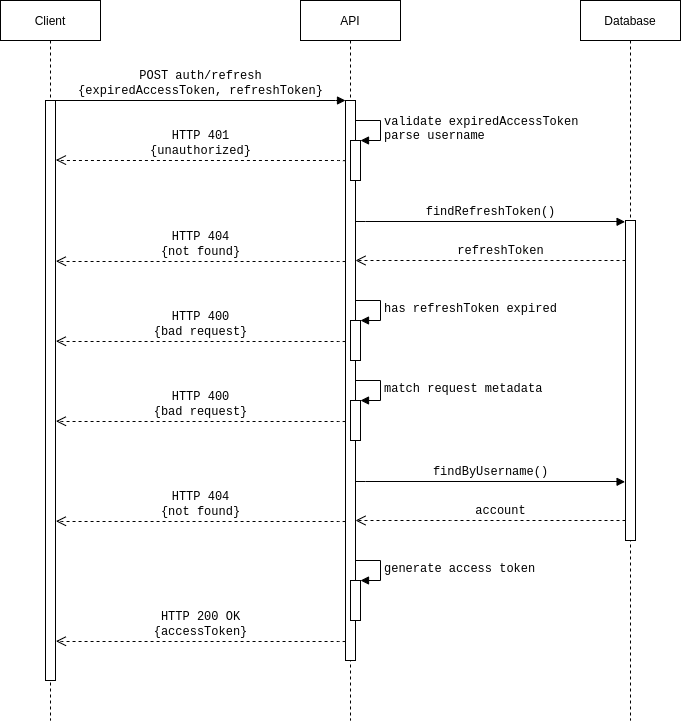
Earlier version of the draw.io export diagrams/auth/auth-refresh.png (the-pragmatic-dev/meco-api). Source tidied: cells renumbered, new cells last; positions are measured from the earlier drawing's top-left corner, leaving out a move shared by most shapes.
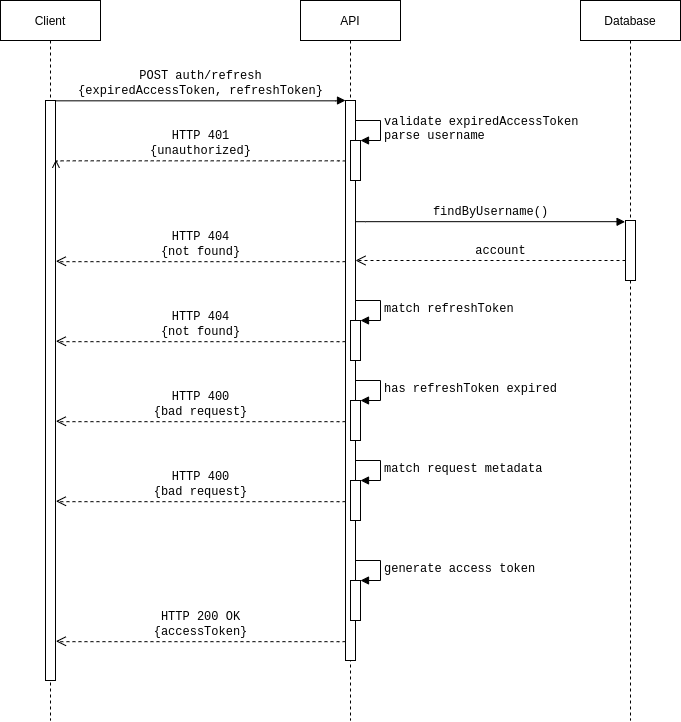
After the change.

Change to the diagram source:
```diff
@@ -12,16 +12,8 @@
       <mxGeometry x="580" width="100" height="720" as="geometry" />
     </mxCell>
     <mxCell id="5" style="html=1;perimeter=orthogonalPerimeter;rounded=0;shadow=0;comic=0;labelBackgroundColor=none;strokeWidth=1;fontFamily=Verdana;fontSize=12;align=center;" parent="4" vertex="1">
-      <mxGeometry x="45" y="220" width="10" height="320" as="geometry" />
+      <mxGeometry x="45" y="220" width="10" height="60" as="geometry" />
     </mxCell>
-    <mxCell id="6" value="&lt;font face=&quot;Courier New&quot;&gt;refreshToken&lt;/font&gt;" style="html=1;verticalAlign=bottom;endArrow=open;dashed=1;endSize=8;labelBackgroundColor=none;fontFamily=Verdana;fontSize=12;edgeStyle=elbowEdgeStyle;elbow=vertical;" parent="4" edge="1" target="3">
-      <mxGeometry x="-0.07" relative="1" as="geometry">
-        <mxPoint x="45" y="260" as="sourcePoint" />
-        <Array as="points">
-          <mxPoint x="-120" y="260" />
-        </Array>
-      </mxGeometry>
-    </mxCell>
     <mxCell id="7" value="&lt;font face=&quot;Helvetica&quot;&gt;Client&lt;/font&gt;" style="shape=umlLifeline;perimeter=lifelinePerimeter;whiteSpace=wrap;html=1;rounded=0;shadow=0;comic=0;labelBackgroundColor=none;strokeWidth=1;fontFamily=Verdana;fontSize=12;align=center;fillColor=none;" parent="1" vertex="1">
       <mxGeometry width="100" height="720" as="geometry" />
     </mxCell>
@@ -37,11 +29,6 @@
         <mxPoint x="55.4" y="159.6" as="targetPoint" />
       </mxGeometry>
     </mxCell>
-    <mxCell id="11" value="&lt;font face=&quot;Courier New&quot;&gt;findRefreshToken()&lt;/font&gt;" style="html=1;verticalAlign=bottom;endArrow=block;entryX=-0.042;entryY=0.265;labelBackgroundColor=none;fontFamily=Verdana;fontSize=12;edgeStyle=elbowEdgeStyle;elbow=vertical;entryDx=0;entryDy=0;entryPerimeter=0;exitX=1.004;exitY=0.216;exitDx=0;exitDy=0;exitPerimeter=0;" parent="1" edge="1" source="3">
-      <mxGeometry relative="1" as="geometry">
-        <mxPoint x="624.6" y="221.3" as="targetPoint" />
-      </mxGeometry>
-    </mxCell>
     <mxCell id="12" style="html=1;points=[];perimeter=orthogonalPerimeter;" parent="1" vertex="1">
       <mxGeometry x="350" y="140" width="10" height="40" as="geometry" />
     </mxCell>
@@ -54,45 +41,45 @@
       </mxGeometry>
     </mxCell>
     <mxCell id="14" style="html=1;points=[];perimeter=orthogonalPerimeter;" parent="1" vertex="1">
-      <mxGeometry x="350" y="320" width="10" height="40" as="geometry" />
+      <mxGeometry x="350" y="400" width="10" height="40" as="geometry" />
     </mxCell>
     <mxCell id="15" value="&lt;font face=&quot;Courier New&quot;&gt;&lt;span style=&quot;font-size: 12px&quot;&gt;has refreshToken expired&lt;br&gt;&lt;/span&gt;&lt;/font&gt;" style="edgeStyle=orthogonalEdgeStyle;html=1;align=left;spacingLeft=2;endArrow=block;rounded=0;entryX=1;entryY=0;labelBackgroundColor=none;" parent="1" edge="1" target="14">
       <mxGeometry relative="1" as="geometry">
-        <mxPoint x="355" y="300" as="sourcePoint" />
+        <mxPoint x="355" y="380" as="sourcePoint" />
         <Array as="points">
-          <mxPoint x="380" y="300" />
+          <mxPoint x="380" y="380" />
         </Array>
       </mxGeometry>
     </mxCell>
     <mxCell id="16" value="&lt;font face=&quot;Courier New&quot;&gt;HTTP 400&lt;br&gt;{bad request}&lt;/font&gt;" style="html=1;verticalAlign=bottom;endArrow=open;dashed=1;endSize=8;labelBackgroundColor=none;fontFamily=Verdana;fontSize=12;edgeStyle=elbowEdgeStyle;elbow=vertical;exitX=-0.003;exitY=0.139;exitDx=0;exitDy=0;exitPerimeter=0;entryX=1.044;entryY=0.132;entryDx=0;entryDy=0;entryPerimeter=0;" parent="1" edge="1">
       <mxGeometry relative="1" as="geometry">
-        <mxPoint x="345" y="341.2" as="sourcePoint" />
-        <mxPoint x="55.4" y="340.7" as="targetPoint" />
+        <mxPoint x="345" y="421.2" as="sourcePoint" />
+        <mxPoint x="55.4" y="420.7" as="targetPoint" />
       </mxGeometry>
     </mxCell>
     <mxCell id="17" style="html=1;points=[];perimeter=orthogonalPerimeter;" parent="1" vertex="1">
-      <mxGeometry x="350" y="400" width="10" height="40" as="geometry" />
+      <mxGeometry x="350" y="480" width="10" height="40" as="geometry" />
     </mxCell>
     <mxCell id="18" value="&lt;font face=&quot;Courier New&quot;&gt;&lt;span style=&quot;font-size: 12px&quot;&gt;match request metadata&lt;br&gt;&lt;/span&gt;&lt;/font&gt;" style="edgeStyle=orthogonalEdgeStyle;html=1;align=left;spacingLeft=2;endArrow=block;rounded=0;entryX=1;entryY=0;labelBackgroundColor=none;" parent="1" edge="1" target="17">
       <mxGeometry relative="1" as="geometry">
-        <mxPoint x="355" y="380" as="sourcePoint" />
+        <mxPoint x="355" y="460" as="sourcePoint" />
         <Array as="points">
-          <mxPoint x="380" y="380" />
+          <mxPoint x="380" y="460" />
         </Array>
       </mxGeometry>
     </mxCell>
     <mxCell id="19" value="&lt;font face=&quot;Courier New&quot;&gt;HTTP 400&lt;br&gt;{bad request}&lt;/font&gt;" style="html=1;verticalAlign=bottom;endArrow=open;dashed=1;endSize=8;labelBackgroundColor=none;fontFamily=Verdana;fontSize=12;edgeStyle=elbowEdgeStyle;elbow=vertical;exitX=-0.003;exitY=0.139;exitDx=0;exitDy=0;exitPerimeter=0;entryX=1.044;entryY=0.132;entryDx=0;entryDy=0;entryPerimeter=0;" parent="1" edge="1">
       <mxGeometry relative="1" as="geometry">
-        <mxPoint x="345" y="421.2" as="sourcePoint" />
-        <mxPoint x="55.4" y="420.7" as="targetPoint" />
+        <mxPoint x="345" y="501.2" as="sourcePoint" />
+        <mxPoint x="55.4" y="500.7" as="targetPoint" />
       </mxGeometry>
     </mxCell>
     <mxCell id="20" value="&lt;font face=&quot;Courier New&quot;&gt;account&lt;/font&gt;" style="html=1;verticalAlign=bottom;endArrow=open;dashed=1;endSize=8;labelBackgroundColor=none;fontFamily=Verdana;fontSize=12;edgeStyle=elbowEdgeStyle;elbow=vertical;" parent="1" edge="1">
       <mxGeometry x="-0.07" relative="1" as="geometry">
-        <mxPoint x="625" y="520" as="sourcePoint" />
-        <mxPoint x="355" y="520" as="targetPoint" />
+        <mxPoint x="625" y="260" as="sourcePoint" />
+        <mxPoint x="355" y="260" as="targetPoint" />
         <Array as="points">
-          <mxPoint x="460" y="520" />
+          <mxPoint x="460" y="260" />
         </Array>
       </mxGeometry>
     </mxCell>
@@ -115,8 +102,8 @@
     </mxCell>
     <mxCell id="24" value="&lt;font face=&quot;Courier New&quot;&gt;findByUsername()&lt;/font&gt;" style="html=1;verticalAlign=bottom;endArrow=block;entryX=-0.042;entryY=0.265;labelBackgroundColor=none;fontFamily=Verdana;fontSize=12;edgeStyle=elbowEdgeStyle;elbow=vertical;entryDx=0;entryDy=0;entryPerimeter=0;exitX=1.004;exitY=0.216;exitDx=0;exitDy=0;exitPerimeter=0;" parent="1" edge="1">
       <mxGeometry relative="1" as="geometry">
-        <mxPoint x="355" y="481" as="sourcePoint" />
-        <mxPoint x="624.6" y="481.3" as="targetPoint" />
+        <mxPoint x="355" y="221" as="sourcePoint" />
+        <mxPoint x="624.6" y="221.3" as="targetPoint" />
       </mxGeometry>
     </mxCell>
     <mxCell id="25" value="&lt;font face=&quot;Courier New&quot;&gt;HTTP 404&lt;br&gt;{not found}&lt;/font&gt;" style="html=1;verticalAlign=bottom;endArrow=open;dashed=1;endSize=8;labelBackgroundColor=none;fontFamily=Verdana;fontSize=12;edgeStyle=elbowEdgeStyle;elbow=vertical;exitX=-0.003;exitY=0.139;exitDx=0;exitDy=0;exitPerimeter=0;entryX=1.044;entryY=0.132;entryDx=0;entryDy=0;entryPerimeter=0;" parent="1" edge="1">
@@ -125,10 +112,21 @@
         <mxPoint x="55.4" y="260.7" as="targetPoint" />
       </mxGeometry>
     </mxCell>
+    <mxCell id="27" style="html=1;points=[];perimeter=orthogonalPerimeter;" parent="1" vertex="1">
+      <mxGeometry x="350" y="320" width="10" height="40" as="geometry" />
+    </mxCell>
+    <mxCell id="28" value="&lt;font face=&quot;Courier New&quot;&gt;&lt;span style=&quot;font-size: 12px&quot;&gt;match refreshToken&lt;br&gt;&lt;/span&gt;&lt;/font&gt;" style="edgeStyle=orthogonalEdgeStyle;html=1;align=left;spacingLeft=2;endArrow=block;rounded=0;entryX=1;entryY=0;labelBackgroundColor=none;" parent="1" edge="1" target="27">
+      <mxGeometry relative="1" as="geometry">
+        <mxPoint x="355" y="300" as="sourcePoint" />
+        <Array as="points">
+          <mxPoint x="380" y="300" />
+        </Array>
+      </mxGeometry>
+    </mxCell>
     <mxCell id="26" value="&lt;font face=&quot;Courier New&quot;&gt;HTTP 404&lt;br&gt;{not found}&lt;/font&gt;" style="html=1;verticalAlign=bottom;endArrow=open;dashed=1;endSize=8;labelBackgroundColor=none;fontFamily=Verdana;fontSize=12;edgeStyle=elbowEdgeStyle;elbow=vertical;exitX=-0.003;exitY=0.139;exitDx=0;exitDy=0;exitPerimeter=0;entryX=1.044;entryY=0.132;entryDx=0;entryDy=0;entryPerimeter=0;" parent="1" edge="1">
       <mxGeometry relative="1" as="geometry">
-        <mxPoint x="345" y="521.2" as="sourcePoint" />
-        <mxPoint x="55.4" y="520.7" as="targetPoint" />
+        <mxPoint x="345" y="341.2" as="sourcePoint" />
+        <mxPoint x="55.4" y="340.7" as="targetPoint" />
       </mxGeometry>
     </mxCell>
   </root>
```
